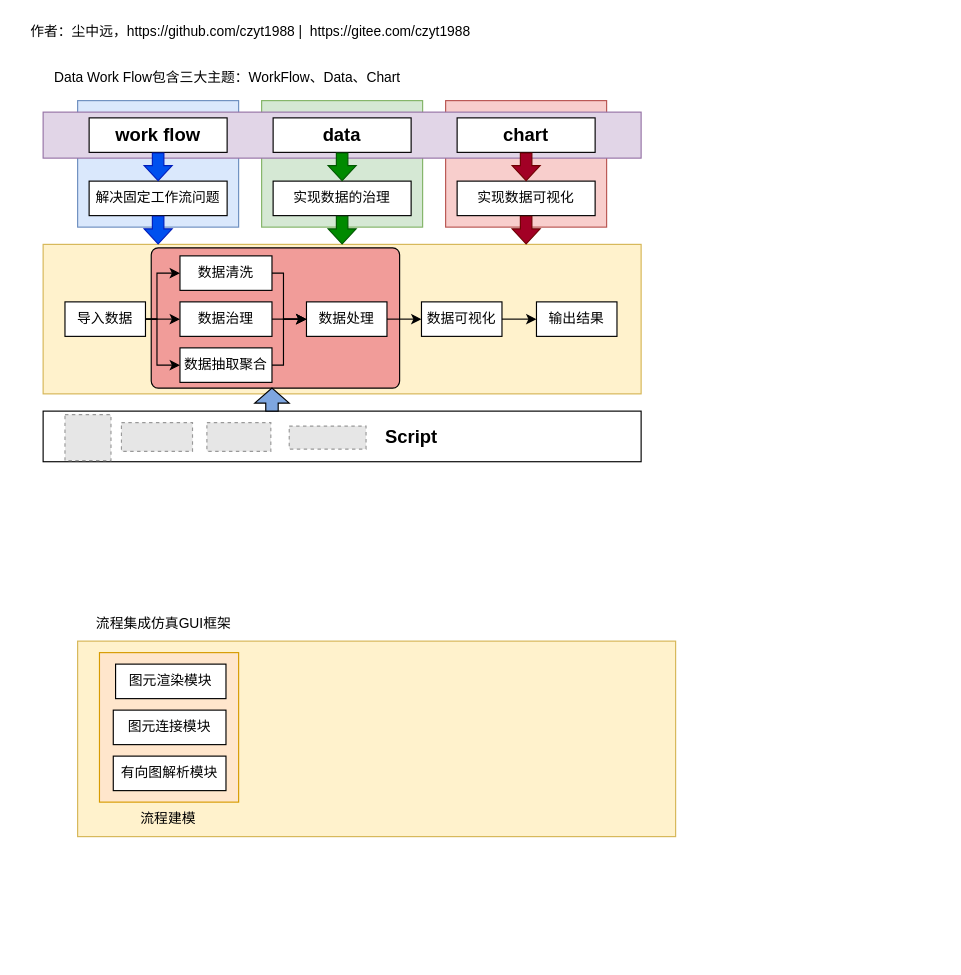
Above: doc/zh/drawio/about-data-work-flow.drawio in czyt1988/data-workbench (draw.io), before the change. Source tidied: cells renumbered, new cells numbered last; positions are measured from the earlier drawing's top-left corner, leaving out a move shared by most shapes. Both pictures are drawn from the tidied source at 115%, with x=0, y=0 at pixel (20, 20). Pictures stored in the file or linked from it are replaced by grey dashed boxes.
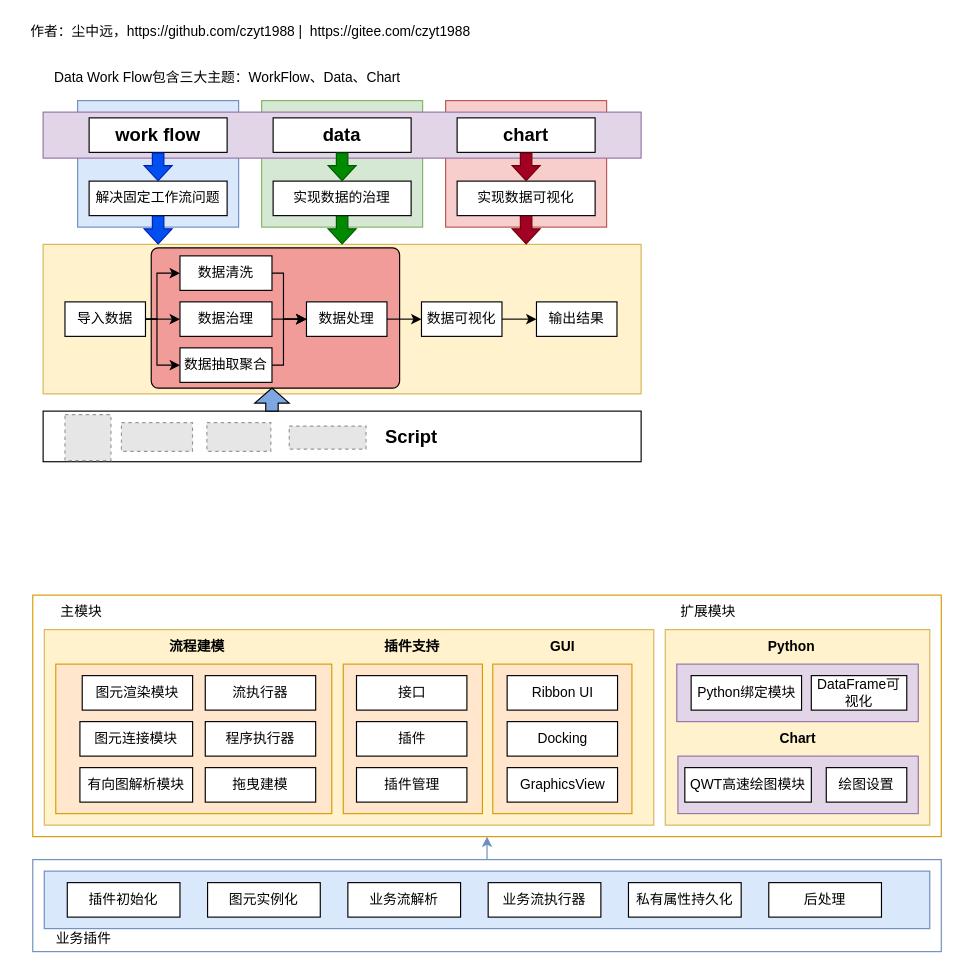
The same diagram, later.

Change to the diagram source:
```diff
@@
+    <mxCell id="52" style="rounded=0;whiteSpace=wrap;html=1;fillColor=none;strokeColor=#d79b00;" parent="1" vertex="1">
+      <mxGeometry x="11" y="500" width="790" height="210" as="geometry" />
+    </mxCell>
@@
     <mxCell id="45" style="rounded=0;whiteSpace=wrap;html=1;fillColor=#fff2cc;strokeColor=#d6b656;" parent="1" vertex="1">
-      <mxGeometry x="50" y="540" width="520" height="170" as="geometry" />
+      <mxGeometry x="21" y="530" width="530" height="170" as="geometry" />
     </mxCell>
-    <mxCell id="46" value="流程集成仿真GUI框架" style="text;html=1;strokeColor=none;fillColor=none;align=center;verticalAlign=middle;whiteSpace=wrap;rounded=0;" parent="1" vertex="1">
-      <mxGeometry x="50" y="510" width="150" height="30" as="geometry" />
+    <mxCell id="46" value="主模块" style="text;html=1;strokeColor=none;fillColor=none;align=center;verticalAlign=middle;whiteSpace=wrap;rounded=0;" parent="1" vertex="1">
+      <mxGeometry x="16" y="500" width="75" height="30" as="geometry" />
     </mxCell>
     <mxCell id="47" style="rounded=0;whiteSpace=wrap;html=1;fillColor=#ffe6cc;strokeColor=#d79b00;" parent="1" vertex="1">
-      <mxGeometry x="69" y="550" width="121" height="130" as="geometry" />
+      <mxGeometry x="31" y="560" width="240" height="130" as="geometry" />
     </mxCell>
     <mxCell id="48" value="图元渲染模块" style="rounded=0;whiteSpace=wrap;html=1;" parent="1" vertex="1">
-      <mxGeometry x="83" y="560" width="96" height="30" as="geometry" />
+      <mxGeometry x="54" y="570" width="96" height="30" as="geometry" />
     </mxCell>
     <mxCell id="49" value="图元连接模块" style="rounded=0;whiteSpace=wrap;html=1;" parent="1" vertex="1">
-      <mxGeometry x="81" y="600" width="98" height="30" as="geometry" />
+      <mxGeometry x="52" y="610" width="98" height="30" as="geometry" />
     </mxCell>
     <mxCell id="50" value="有向图解析模块" style="rounded=0;whiteSpace=wrap;html=1;" parent="1" vertex="1">
-      <mxGeometry x="81" y="640" width="98" height="30" as="geometry" />
+      <mxGeometry x="52" y="650" width="98" height="30" as="geometry" />
     </mxCell>
-    <mxCell id="51" value="流程建模" style="text;html=1;strokeColor=none;fillColor=none;align=center;verticalAlign=middle;whiteSpace=wrap;rounded=0;" parent="1" vertex="1">
-      <mxGeometry x="54" y="680" width="150" height="30" as="geometry" />
+    <mxCell id="51" value="流程建模" style="text;html=1;strokeColor=none;fillColor=none;align=center;verticalAlign=middle;whiteSpace=wrap;rounded=0;fontStyle=1;" parent="1" vertex="1">
+      <mxGeometry x="31" y="530" width="246" height="30" as="geometry" />
     </mxCell>
+    <mxCell id="53" value="插件支持" style="text;html=1;strokeColor=none;fillColor=none;align=center;verticalAlign=middle;whiteSpace=wrap;rounded=0;fontStyle=1;" parent="1" vertex="1">
+      <mxGeometry x="280.5" y="530" width="120" height="30" as="geometry" />
+    </mxCell>
+    <mxCell id="54" style="rounded=0;whiteSpace=wrap;html=1;fillColor=#ffe6cc;strokeColor=#d79b00;" parent="1" vertex="1">
+      <mxGeometry x="281" y="560" width="121" height="130" as="geometry" />
+    </mxCell>
+    <mxCell id="55" value="接口" style="rounded=0;whiteSpace=wrap;html=1;" parent="1" vertex="1">
+      <mxGeometry x="292.5" y="570" width="96" height="30" as="geometry" />
+    </mxCell>
+    <mxCell id="56" value="插件" style="rounded=0;whiteSpace=wrap;html=1;" parent="1" vertex="1">
+      <mxGeometry x="292.5" y="610" width="96" height="30" as="geometry" />
+    </mxCell>
+    <mxCell id="57" value="插件管理" style="rounded=0;whiteSpace=wrap;html=1;" parent="1" vertex="1">
+      <mxGeometry x="292.5" y="650" width="96" height="30" as="geometry" />
+    </mxCell>
+    <mxCell id="58" style="rounded=0;whiteSpace=wrap;html=1;fillColor=#ffe6cc;strokeColor=#d79b00;" parent="1" vertex="1">
+      <mxGeometry x="411" y="560" width="121" height="130" as="geometry" />
+    </mxCell>
+    <mxCell id="59" value="GUI" style="text;html=1;strokeColor=none;fillColor=none;align=center;verticalAlign=middle;whiteSpace=wrap;rounded=0;fontStyle=1;" parent="1" vertex="1">
+      <mxGeometry x="412" y="530" width="120" height="30" as="geometry" />
+    </mxCell>
+    <mxCell id="60" value="Ribbon UI" style="rounded=0;whiteSpace=wrap;html=1;" parent="1" vertex="1">
+      <mxGeometry x="423.5" y="570" width="96" height="30" as="geometry" />
+    </mxCell>
+    <mxCell id="61" value="Docking" style="rounded=0;whiteSpace=wrap;html=1;" parent="1" vertex="1">
+      <mxGeometry x="423.5" y="610" width="96" height="30" as="geometry" />
+    </mxCell>
+    <mxCell id="62" value="GraphicsView" style="rounded=0;whiteSpace=wrap;html=1;" parent="1" vertex="1">
+      <mxGeometry x="423.5" y="650" width="96" height="30" as="geometry" />
+    </mxCell>
+    <mxCell id="63" value="流执行器" style="rounded=0;whiteSpace=wrap;html=1;" parent="1" vertex="1">
+      <mxGeometry x="161" y="570" width="96" height="30" as="geometry" />
+    </mxCell>
+    <mxCell id="64" value="程序执行器" style="rounded=0;whiteSpace=wrap;html=1;" parent="1" vertex="1">
+      <mxGeometry x="161" y="610" width="96" height="30" as="geometry" />
+    </mxCell>
+    <mxCell id="65" value="拖曳建模" style="rounded=0;whiteSpace=wrap;html=1;" parent="1" vertex="1">
+      <mxGeometry x="161" y="650" width="96" height="30" as="geometry" />
+    </mxCell>
+    <mxCell id="66" style="rounded=0;whiteSpace=wrap;html=1;fillColor=#fff2cc;strokeColor=#d6b656;" parent="1" vertex="1">
+      <mxGeometry x="561" y="530" width="230" height="170" as="geometry" />
+    </mxCell>
+    <mxCell id="67" value="Python" style="text;html=1;strokeColor=none;fillColor=none;align=center;verticalAlign=middle;whiteSpace=wrap;rounded=0;fontStyle=1;" parent="1" vertex="1">
+      <mxGeometry x="561" y="530" width="220" height="30" as="geometry" />
+    </mxCell>
+    <mxCell id="68" style="rounded=0;whiteSpace=wrap;html=1;fillColor=#e1d5e7;strokeColor=#9673a6;" parent="1" vertex="1">
+      <mxGeometry x="571" y="560" width="210" height="50" as="geometry" />
+    </mxCell>
+    <mxCell id="69" value="Python绑定模块" style="rounded=0;whiteSpace=wrap;html=1;" parent="1" vertex="1">
+      <mxGeometry x="583.5" y="570" width="96" height="30" as="geometry" />
+    </mxCell>
+    <mxCell id="70" value="Chart" style="text;html=1;strokeColor=none;fillColor=none;align=center;verticalAlign=middle;whiteSpace=wrap;rounded=0;fontStyle=1;" parent="1" vertex="1">
+      <mxGeometry x="572" y="610" width="209" height="30" as="geometry" />
+    </mxCell>
+    <mxCell id="71" style="rounded=0;whiteSpace=wrap;html=1;fillColor=#e1d5e7;strokeColor=#9673a6;" parent="1" vertex="1">
+      <mxGeometry x="572" y="640" width="209" height="50" as="geometry" />
+    </mxCell>
+    <mxCell id="72" value="QWT高速绘图模块" style="rounded=0;whiteSpace=wrap;html=1;" parent="1" vertex="1">
+      <mxGeometry x="578" y="650" width="110" height="30" as="geometry" />
+    </mxCell>
+    <mxCell id="73" value="DataFrame可视化" style="rounded=0;whiteSpace=wrap;html=1;" parent="1" vertex="1">
+      <mxGeometry x="688" y="570" width="83" height="30" as="geometry" />
+    </mxCell>
+    <mxCell id="74" value="绘图设置" style="rounded=0;whiteSpace=wrap;html=1;" parent="1" vertex="1">
+      <mxGeometry x="701" y="650" width="70" height="30" as="geometry" />
+    </mxCell>
+    <mxCell id="75" style="rounded=0;whiteSpace=wrap;html=1;fillColor=none;strokeColor=#6c8ebf;" parent="1" vertex="1">
+      <mxGeometry x="11" y="730" width="790" height="80" as="geometry" />
+    </mxCell>
+    <mxCell id="76" style="endArrow=classic;html=1;rounded=0;fillColor=#dae8fc;strokeColor=#6c8ebf;entryX=0.5;entryY=1;entryDx=0;entryDy=0;exitX=0.5;exitY=0;exitDx=0;exitDy=0;" parent="1" edge="1" source="75" target="52">
+      <mxGeometry relative="1" as="geometry" />
+    </mxCell>
+    <mxCell id="77" value="业务插件" style="text;html=1;strokeColor=none;fillColor=none;align=center;verticalAlign=middle;whiteSpace=wrap;rounded=0;" parent="1" vertex="1">
+      <mxGeometry x="10" y="784" width="91" height="30" as="geometry" />
+    </mxCell>
+    <mxCell id="78" value="扩展模块" style="text;html=1;strokeColor=none;fillColor=none;align=center;verticalAlign=middle;whiteSpace=wrap;rounded=0;" parent="1" vertex="1">
+      <mxGeometry x="561" y="500" width="75" height="30" as="geometry" />
+    </mxCell>
+    <mxCell id="79" style="rounded=0;whiteSpace=wrap;html=1;fillColor=#dae8fc;strokeColor=#6c8ebf;" parent="1" vertex="1">
+      <mxGeometry x="21" y="740" width="770" height="50" as="geometry" />
+    </mxCell>
+    <mxCell id="80" value="图元实例化" style="rounded=0;whiteSpace=wrap;html=1;" parent="1" vertex="1">
+      <mxGeometry x="163" y="750" width="98" height="30" as="geometry" />
+    </mxCell>
+    <mxCell id="81" value="插件初始化" style="rounded=0;whiteSpace=wrap;html=1;" parent="1" vertex="1">
+      <mxGeometry x="41" y="750" width="98" height="30" as="geometry" />
+    </mxCell>
+    <mxCell id="82" value="业务流解析" style="rounded=0;whiteSpace=wrap;html=1;" parent="1" vertex="1">
+      <mxGeometry x="285" y="750" width="98" height="30" as="geometry" />
+    </mxCell>
+    <mxCell id="83" value="业务流执行器" style="rounded=0;whiteSpace=wrap;html=1;" parent="1" vertex="1">
+      <mxGeometry x="407" y="750" width="98" height="30" as="geometry" />
+    </mxCell>
+    <mxCell id="84" value="私有属性持久化" style="rounded=0;whiteSpace=wrap;html=1;" parent="1" vertex="1">
+      <mxGeometry x="529" y="750" width="98" height="30" as="geometry" />
+    </mxCell>
+    <mxCell id="85" value="后处理" style="rounded=0;whiteSpace=wrap;html=1;" parent="1" vertex="1">
+      <mxGeometry x="651" y="750" width="98" height="30" as="geometry" />
+    </mxCell>
```
